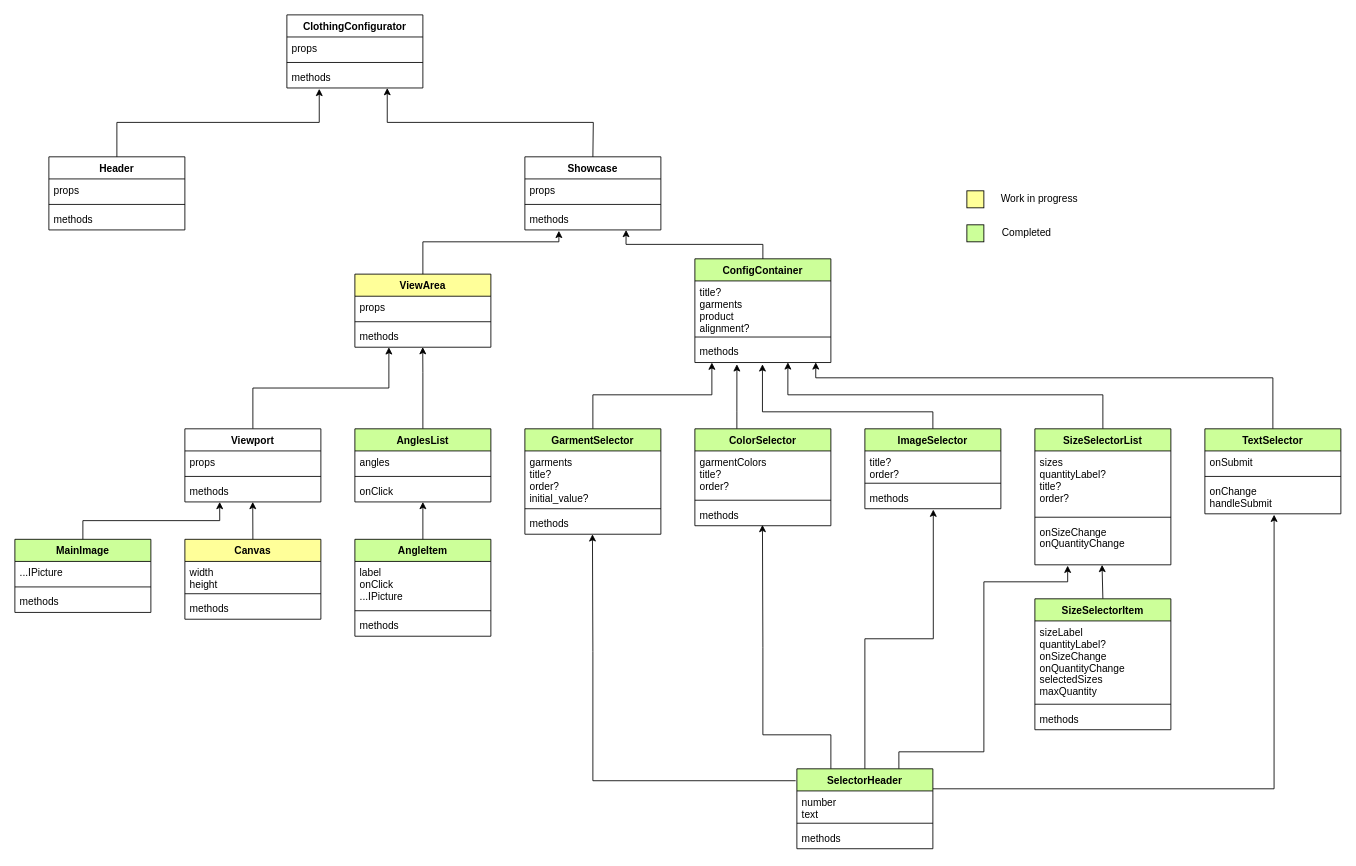
Above: angela/ClothingDesignDiagram.drawio in Casm101/coding-with-friends (draw.io), before the change. Source tidied: cells renumbered, new cells numbered last; positions are measured from the earlier drawing's top-left corner, leaving out a move shared by most shapes. Both pictures are drawn from the tidied source at 85%, with x=0, y=0 at pixel (14, 14).
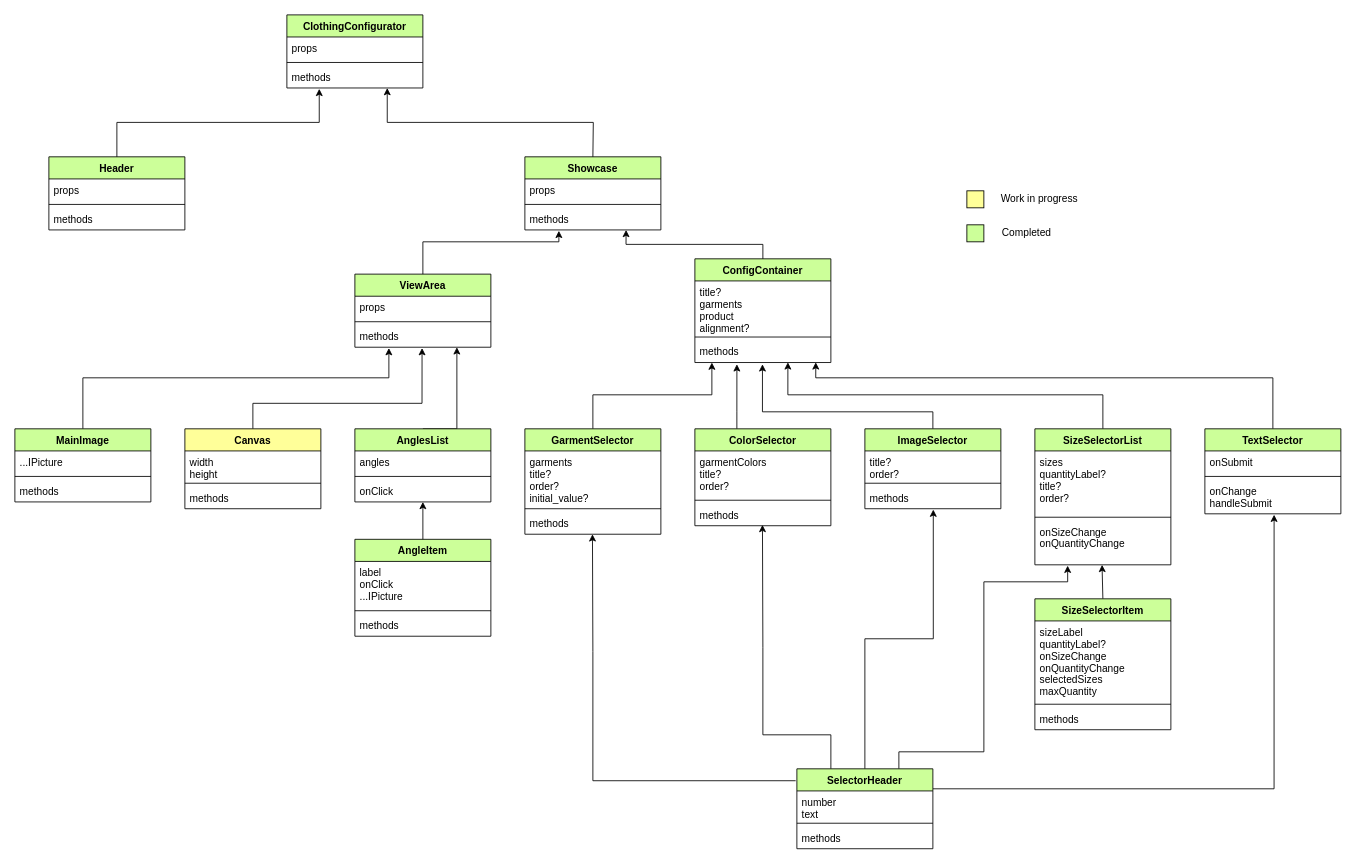
Above is the later version.

The change refers to these unchanged cells:
```xml
<mxCell id="5" value="methods" style="text;strokeColor=none;fillColor=none;align=left;verticalAlign=top;spacingLeft=4;spacingRight=4;overflow=hidden;points=[[0,0.5],[1,0.5]];portConstraint=eastwest;" parent="2" vertex="1">
  <mxGeometry y="60" width="160" height="26" as="geometry" />
</mxCell>
<mxCell id="17" value="AnglesList" style="swimlane;fontStyle=1;align=center;verticalAlign=top;horizontal=1;startSize=26;fillColor=#CCFF99;" parent="1" vertex="1">
  <mxGeometry x="400" y="487" width="160" height="86" as="geometry" />
</mxCell>
```

What changed in the source:
```diff
@@
-    <mxCell id="2" value="ViewArea" style="swimlane;fontStyle=1;align=center;verticalAlign=top;horizontal=1;startSize=26;fillColor=#FFFF99;" parent="1" vertex="1">
+    <mxCell id="2" value="ViewArea" style="swimlane;fontStyle=1;align=center;verticalAlign=top;horizontal=1;startSize=26;fillColor=#CCFF99;" parent="1" vertex="1">
       <mxGeometry x="400" y="305" width="160" height="86" as="geometry" />
     </mxCell>
@@
-    <mxCell id="6" style="edgeStyle=orthogonalEdgeStyle;rounded=0;jettySize=auto;html=1;exitX=0.5;exitY=0;exitDx=0;exitDy=0;entryX=0.25;entryY=1;entryDx=0;entryDy=0;" parent="1" edge="1" source="7" target="2">
-      <mxGeometry relative="1" as="geometry" />
-    </mxCell>
-    <mxCell id="7" value="Viewport" style="swimlane;fontStyle=1;align=center;verticalAlign=top;horizontal=1;startSize=26;" parent="1" vertex="1">
-      <mxGeometry x="200" y="487" width="160" height="86" as="geometry" />
-    </mxCell>
-    <mxCell id="8" value="props" style="text;strokeColor=none;fillColor=none;align=left;verticalAlign=top;spacingLeft=4;spacingRight=4;overflow=hidden;" parent="7" vertex="1">
-      <mxGeometry y="26" width="160" height="26" as="geometry" />
-    </mxCell>
-    <mxCell id="9" style="line;strokeWidth=1;fillColor=none;align=left;verticalAlign=middle;spacingTop=-1;spacingLeft=3;spacingRight=3;labelPosition=right;strokeColor=inherit;" parent="7" vertex="1">
-      <mxGeometry y="52" width="160" height="8" as="geometry" />
-    </mxCell>
-    <mxCell id="10" value="methods" style="text;strokeColor=none;fillColor=none;align=left;verticalAlign=top;spacingLeft=4;spacingRight=4;overflow=hidden;points=[[0,0.5],[1,0.5]];portConstraint=eastwest;" parent="7" vertex="1">
-      <mxGeometry y="60" width="160" height="26" as="geometry" />
-    </mxCell>
+    <mxCell id="94" style="edgeStyle=orthogonalEdgeStyle;rounded=0;jettySize=auto;html=1;entryX=0.494;entryY=1.038;entryDx=0;entryDy=0;entryPerimeter=0;" parent="1" edge="1" source="11" target="5">
+      <mxGeometry relative="1" as="geometry">
+        <Array as="points">
+          <mxPoint x="280" y="457" />
+          <mxPoint x="479" y="457" />
+        </Array>
+      </mxGeometry>
+    </mxCell>
     <mxCell id="11" value="Canvas" style="swimlane;fontStyle=1;align=center;verticalAlign=top;horizontal=1;startSize=26;fillColor=#FFFF99;" parent="1" vertex="1">
-      <mxGeometry x="200" y="617" width="160" height="94" as="geometry" />
+      <mxGeometry x="200" y="487" width="160" height="94" as="geometry" />
     </mxCell>
@@
-    <mxCell id="15" style="endArrow=classic;html=1;rounded=0;exitX=0.5;exitY=0;exitDx=0;exitDy=0;entryX=0.499;entryY=0.999;entryDx=0;entryDy=0;entryPerimeter=0;" parent="1" edge="1" source="11" target="10">
-      <mxGeometry relative="1" as="geometry" />
-    </mxCell>
-    <mxCell id="16" style="edgeStyle=orthogonalEdgeStyle;rounded=0;jettySize=auto;html=1;exitX=0.5;exitY=0;exitDx=0;exitDy=0;entryX=0.499;entryY=0.992;entryDx=0;entryDy=0;entryPerimeter=0;" parent="1" edge="1" source="17" target="5">
+    <mxCell id="16" style="edgeStyle=orthogonalEdgeStyle;rounded=0;jettySize=auto;html=1;exitX=0.5;exitY=0;exitDx=0;exitDy=0;" parent="1" edge="1" source="17">
       <mxGeometry relative="1" as="geometry">
+        <mxPoint x="520" y="391" as="targetPoint" />
         <Array as="points">
-          <mxPoint x="480" y="421" />
-          <mxPoint x="480" y="421" />
+          <mxPoint x="520" y="487" />
         </Array>
       </mxGeometry>
     </mxCell>
@@
+    <mxCell id="95" style="edgeStyle=orthogonalEdgeStyle;rounded=0;jettySize=auto;html=1;entryX=0.25;entryY=1.038;entryDx=0;entryDy=0;entryPerimeter=0;" parent="1" edge="1" source="50" target="5">
+      <mxGeometry relative="1" as="geometry">
+        <Array as="points">
+          <mxPoint x="80" y="427" />
+          <mxPoint x="440" y="427" />
+        </Array>
+      </mxGeometry>
+    </mxCell>
     <mxCell id="50" value="MainImage" style="swimlane;fontStyle=1;align=center;verticalAlign=top;horizontal=1;startSize=26;fillColor=#CCFF99;" parent="1" vertex="1">
-      <mxGeometry y="617" width="160" height="86" as="geometry" />
+      <mxGeometry y="487" width="160" height="86" as="geometry" />
     </mxCell>
@@
-    <mxCell id="54" style="endArrow=classic;html=1;rounded=0;exitX=0.5;exitY=0;exitDx=0;exitDy=0;entryX=0.256;entryY=1;entryDx=0;entryDy=0;entryPerimeter=0;edgeStyle=orthogonalEdgeStyle;" parent="1" edge="1" source="50" target="10">
-      <mxGeometry relative="1" as="geometry" />
-    </mxCell>
@@
-    <mxCell id="65" value="ClothingConfigurator" style="swimlane;fontStyle=1;align=center;verticalAlign=top;horizontal=1;startSize=26;" parent="1" vertex="1">
+    <mxCell id="65" value="ClothingConfigurator" style="swimlane;fontStyle=1;align=center;verticalAlign=top;horizontal=1;startSize=26;fillColor=#CCFF99;" parent="1" vertex="1">
       <mxGeometry x="320" width="160" height="86" as="geometry" />
     </mxCell>
@@
-    <mxCell id="69" value="Header" style="swimlane;fontStyle=1;align=center;verticalAlign=top;horizontal=1;startSize=26;" parent="1" vertex="1">
+    <mxCell id="69" value="Header" style="swimlane;fontStyle=1;align=center;verticalAlign=top;horizontal=1;startSize=26;fillColor=#CCFF99;" parent="1" vertex="1">
       <mxGeometry x="40" y="167" width="160" height="86" as="geometry" />
     </mxCell>
@@
-    <mxCell id="73" value="Showcase" style="swimlane;fontStyle=1;align=center;verticalAlign=top;horizontal=1;startSize=26;" parent="1" vertex="1">
+    <mxCell id="73" value="Showcase" style="swimlane;fontStyle=1;align=center;verticalAlign=top;horizontal=1;startSize=26;fillColor=#CCFF99;" parent="1" vertex="1">
       <mxGeometry x="600" y="167" width="160" height="86" as="geometry" />
     </mxCell>
```
